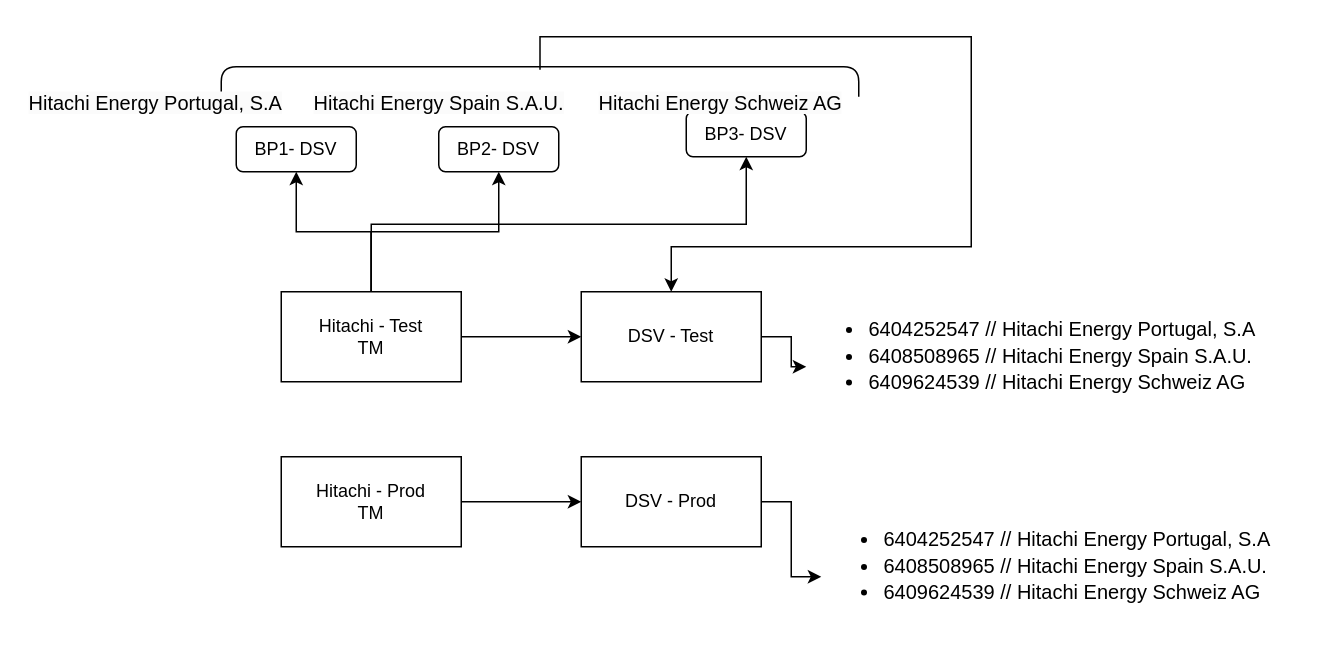
This is page "Page-2" (2 of 3) of Untitled Diagram.drawio from MohdSaifz/geojsons, a draw.io file, before an edit. Source tidied: cells renumbered, new cells numbered last; positions are measured from the earlier drawing's top-left corner, leaving out a move shared by most shapes. Both pictures are drawn from the tidied source at 150%, with x=0, y=0 at pixel (26, -237).
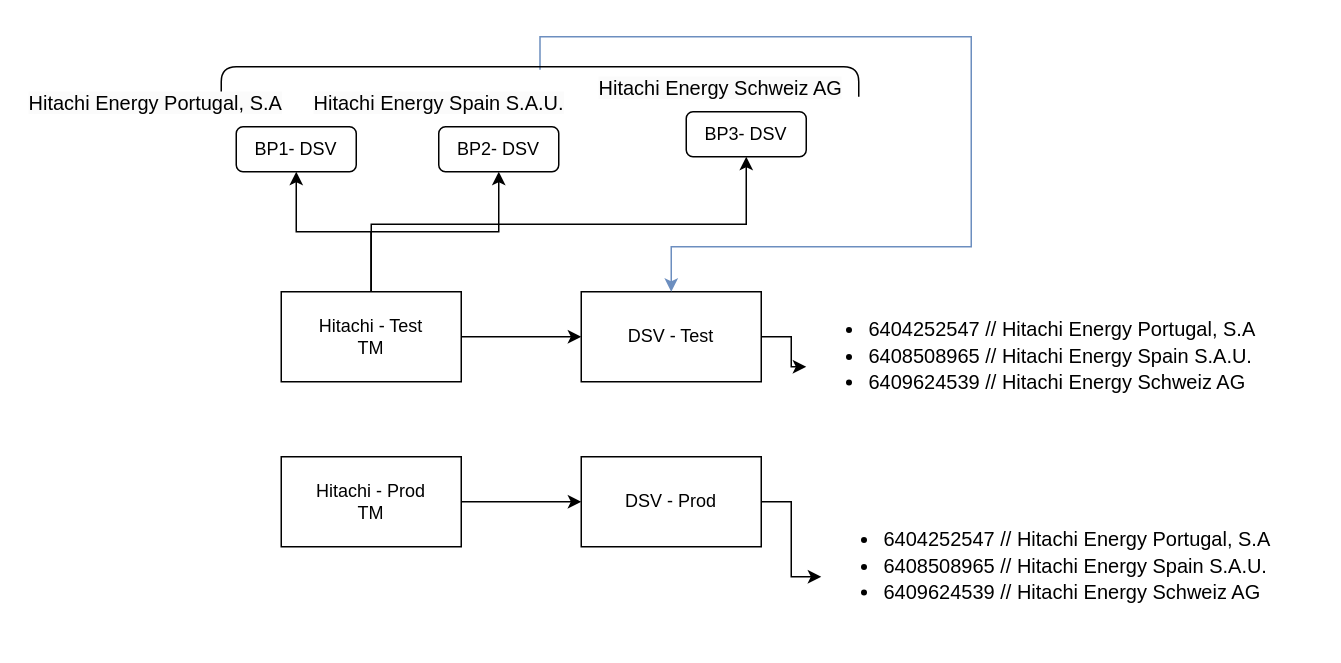
After the change.

The change refers to these unchanged cells:
```xml
<mxCell id="8" value="DSV - Test" style="whiteSpace=wrap;html=1;rounded=0;" parent="1" vertex="1">
  <mxGeometry x="370" y="352" width="120" height="60" as="geometry" />
</mxCell>
<mxCell id="19" style="shape=curlyBracket;whiteSpace=wrap;html=1;rounded=1;labelPosition=left;verticalLabelPosition=middle;align=right;verticalAlign=middle;rotation=90;size=0;" parent="1" vertex="1">
  <mxGeometry x="332.5" y="-0.5" width="20" height="425" as="geometry" />
</mxCell>
```

Diff of the diagram source:
```diff
@@
-    <mxCell id="18" style="edgeStyle=orthogonalEdgeStyle;rounded=0;jettySize=auto;html=1;exitX=0.1;exitY=0.5;exitDx=0;exitDy=0;exitPerimeter=0;" parent="1" edge="1" source="19" target="8">
+    <mxCell id="18" style="edgeStyle=orthogonalEdgeStyle;rounded=0;jettySize=auto;html=1;exitX=0.1;exitY=0.5;exitDx=0;exitDy=0;exitPerimeter=0;fillColor=#dae8fc;strokeColor=#6c8ebf;" parent="1" edge="1" source="19" target="8">
       <mxGeometry relative="1" as="geometry">
         <Array as="points">
           <mxPoint x="343" y="182" />
           <mxPoint x="630" y="182" />
           <mxPoint x="630" y="322" />
           <mxPoint x="430" y="322" />
         </Array>
       </mxGeometry>
     </mxCell>
@@
     <mxCell id="22" value="&lt;span style=&quot;color: rgb(0, 0, 0); font-family: Arial, sans-serif; font-size: 13.3333px; font-style: normal; font-variant-ligatures: normal; font-variant-caps: normal; font-weight: 400; letter-spacing: normal; orphans: 2; text-align: left; text-indent: 0px; text-transform: none; widows: 2; word-spacing: 0px; -webkit-text-stroke-width: 0px; caret-color: rgb(0, 0, 0); background-color: rgb(251, 251, 251); text-decoration-thickness: initial; text-decoration-style: initial; text-decoration-color: initial; float: none; display: inline !important;&quot;&gt;Hitachi Energy Schweiz AG&lt;/span&gt;" style="text;whiteSpace=wrap;html=1;" parent="1" vertex="1">
-      <mxGeometry x="380" y="212" width="200" height="40" as="geometry" />
+      <mxGeometry x="380" y="202" width="200" height="40" as="geometry" />
     </mxCell>
```
